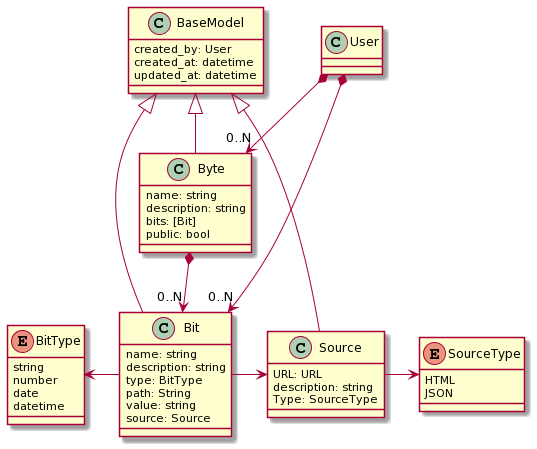
This is docs/uml/images/classes.png from leohakim/api-o-matic-old, a PlantUML export, as it was before one commit. Source of this version:
```plantuml
@startuml
class BaseModel {
    created_by: User
    created_at: datetime
    updated_at: datetime
}

Byte -up-|> BaseModel
Bit -up-|> BaseModel
Source -up-|> BaseModel


class Bit {
    name: string
    description: string
    type: BitType
    path: String
    value: string
    source: Source
}

enum BitType {
    string
    number
    date
    datetime
}

Bit -left-> BitType

class Source {
    URL: URL
    description: string
    Type: SourceType
}

enum SourceType {
    HTML
    JSON
}
Source -right-> SourceType

Bit -right-> Source

class Byte {
    name: string
    description: string
    bits: [Bit]
    public: bool
}

class User {}

User *--> "0..N" Byte
User *--> "0..N" Bit
Byte *--> "0..N" Bit
@enduml
```
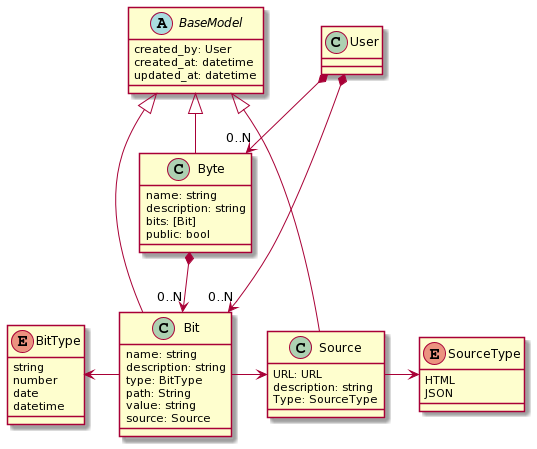
The same file after the commit.

Commit message:
Fix class diagram, BaseModel is an abstract class

Diff of the diagram source:
```diff
@@ -1,5 +1,5 @@
 @startuml
-class BaseModel {
+abstract class BaseModel {
     created_by: User
     created_at: datetime
     updated_at: datetime
```
